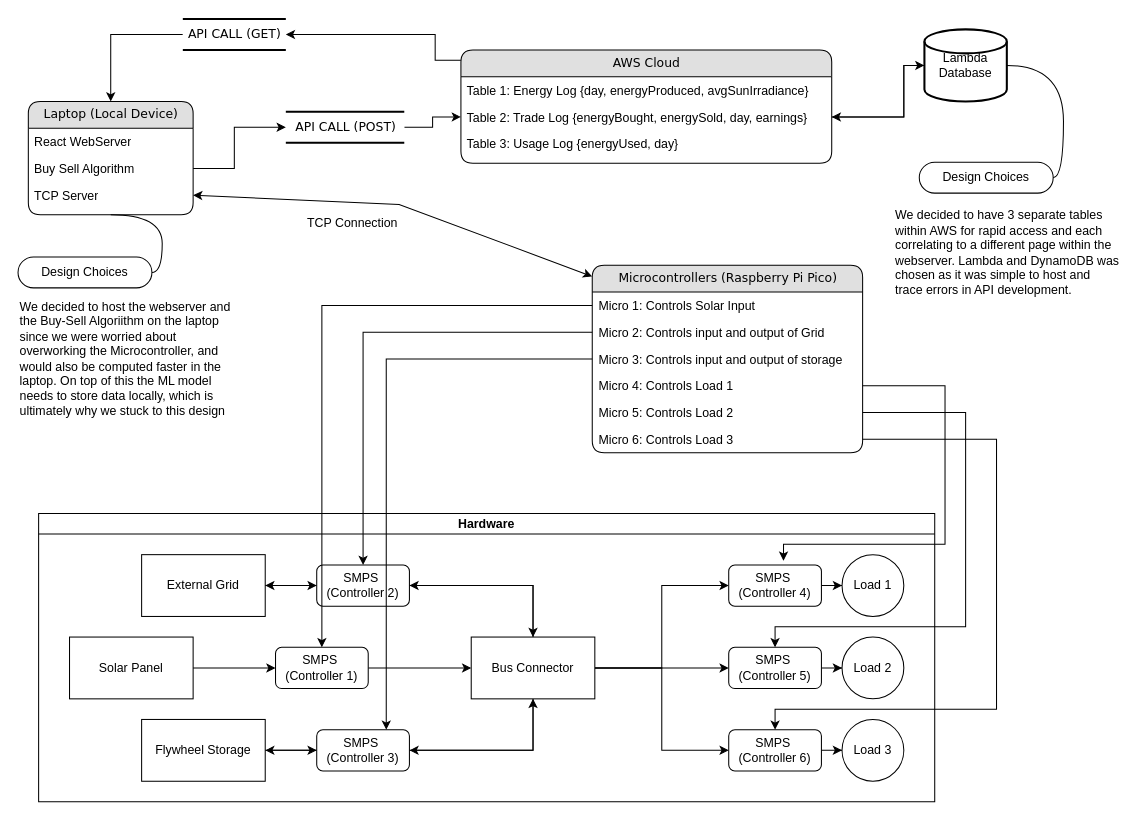
Above: TopLevel.drawio in chinjyanson/SmartGrid (draw.io), before the change. Source tidied: cells renumbered, new cells numbered last; positions are measured from the earlier drawing's top-left corner, leaving out a move shared by most shapes. Both pictures are drawn from the tidied source at 103%, with x=0, y=0 at pixel (18, 19).
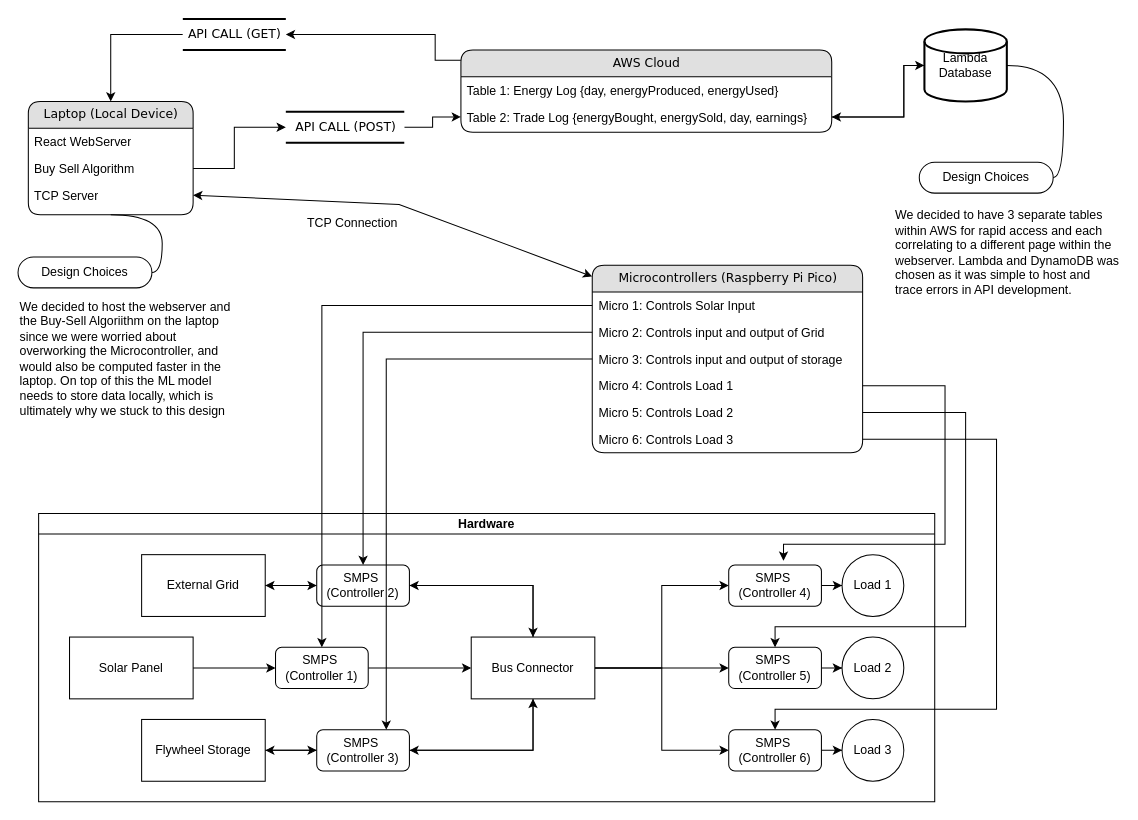
After the change.

Change to the diagram source:
```diff
@@
     <mxCell id="4" value="AWS Cloud" style="swimlane;html=1;fontStyle=0;horizontal=1;startSize=26;fillColor=#e0e0e0;swimlaneFillColor=#ffffff;align=center;rounded=1;shadow=0;comic=0;labelBackgroundColor=none;strokeWidth=1;fontFamily=Verdana;fontSize=12;" parent="1" vertex="1">
-      <mxGeometry x="430" y="30" width="360" height="110" as="geometry" />
+      <mxGeometry x="430" y="30" width="360" height="80" as="geometry" />
     </mxCell>
-    <mxCell id="5" value="Table 1: Energy Log {day, energyProduced, avgSunIrradiance}" style="text;html=1;strokeColor=none;fillColor=none;spacingLeft=4;spacingRight=4;whiteSpace=wrap;overflow=hidden;" parent="4" vertex="1">
+    <mxCell id="5" value="Table 1: Energy Log {day, energyProduced, energyUsed}" style="text;html=1;strokeColor=none;fillColor=none;spacingLeft=4;spacingRight=4;whiteSpace=wrap;overflow=hidden;" parent="4" vertex="1">
       <mxGeometry y="26" width="360" height="26" as="geometry" />
     </mxCell>
@@
-    <mxCell id="7" value="Table 3: Usage Log {energyUsed, day}" style="text;html=1;strokeColor=none;fillColor=none;spacingLeft=4;spacingRight=4;whiteSpace=wrap;overflow=hidden;" parent="4" vertex="1">
-      <mxGeometry y="78" width="360" height="26" as="geometry" />
-    </mxCell>
```
